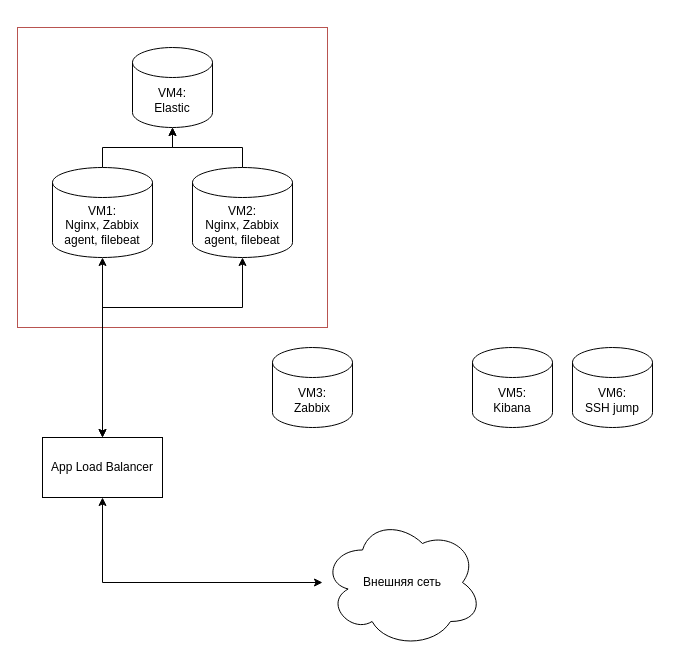
Above: Диаграмма без названия.drawio in Maxterx10/Netology_diplom (draw.io), before the change. Source tidied: cells renumbered, new cells numbered last; positions are measured from the earlier drawing's top-left corner, leaving out a move shared by most shapes. Both pictures are drawn from the tidied source at 100%, with x=0, y=0 at pixel (17, 27).
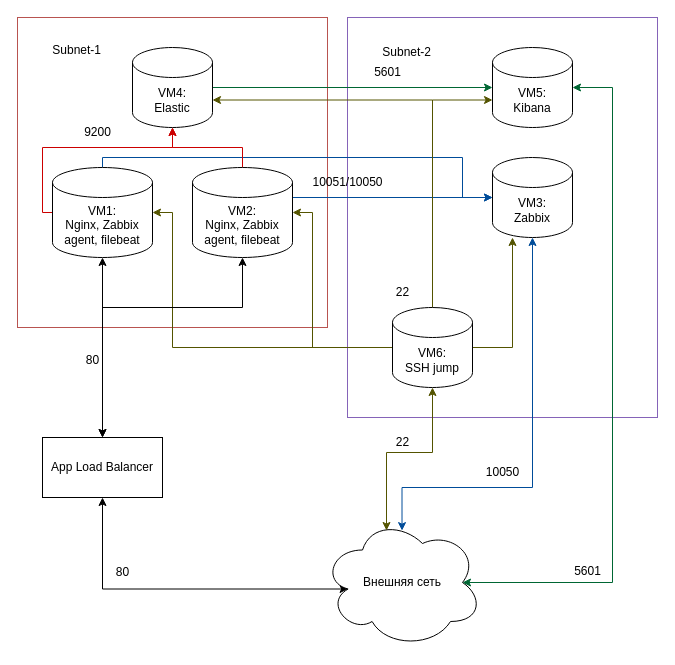
The same page after the edit.

The change refers to these unchanged cells:
```xml
<mxCell id="4" value="VM1:&lt;br&gt;Nginx, Zabbix agent, filebeat" style="shape=cylinder3;whiteSpace=wrap;html=1;boundedLbl=1;backgroundOutline=1;size=15;" parent="1" vertex="1">
  <mxGeometry x="35" y="140" width="100" height="90" as="geometry" />
</mxCell>
<mxCell id="6" value="VM2:&lt;br&gt;Nginx, Zabbix agent, filebeat" style="shape=cylinder3;whiteSpace=wrap;html=1;boundedLbl=1;backgroundOutline=1;size=15;" parent="1" vertex="1">
  <mxGeometry x="175" y="140" width="100" height="90" as="geometry" />
</mxCell>
<mxCell id="9" value="App Load Balancer" style="rounded=0;whiteSpace=wrap;html=1;" parent="1" vertex="1">
  <mxGeometry x="25" y="410" width="120" height="60" as="geometry" />
</mxCell>
<mxCell id="11" value="Внешняя сеть" style="ellipse;shape=cloud;whiteSpace=wrap;html=1;" parent="1" vertex="1">
  <mxGeometry x="305" y="490" width="160" height="130" as="geometry" />
</mxCell>
<mxCell id="13" value="VM4:&lt;br&gt;Elastic" style="shape=cylinder3;whiteSpace=wrap;html=1;boundedLbl=1;backgroundOutline=1;size=15;" parent="1" vertex="1">
  <mxGeometry x="115" y="20" width="80" height="80" as="geometry" />
</mxCell>
```

The edit, as a diff of the source:
```diff
@@
+    <mxCell id="16" value="&lt;div style=&quot;&quot;&gt;&lt;span style=&quot;background-color: initial;&quot;&gt;&amp;nbsp; &amp;nbsp; &amp;nbsp; &amp;nbsp; &amp;nbsp; Subnet-2&lt;/span&gt;&lt;/div&gt;&lt;br&gt;&lt;br&gt;&lt;br&gt;&lt;br&gt;&lt;br&gt;&lt;br&gt;&lt;br&gt;&lt;br&gt;&lt;br&gt;&lt;br&gt;&lt;div style=&quot;&quot;&gt;&lt;br&gt;&lt;/div&gt;&lt;br&gt;&lt;br&gt;&lt;br&gt;&lt;br&gt;&lt;br&gt;&lt;br&gt;&lt;br&gt;&lt;br&gt;&lt;br&gt;&lt;br&gt;&lt;br&gt;&lt;br&gt;" style="rounded=0;whiteSpace=wrap;html=1;strokeColor=#8563B8;fillColor=default;glass=0;shadow=0;gradientColor=none;align=left;" parent="1" vertex="1">
+      <mxGeometry x="330" y="-10" width="310" height="400" as="geometry" />
+    </mxCell>
-    <mxCell id="2" style="rounded=0;whiteSpace=wrap;html=1;strokeColor=#b85450;fillColor=default;glass=0;shadow=0;gradientColor=none;align=left;" parent="1" vertex="1">
-      <mxGeometry width="310" height="300" as="geometry" />
+    <mxCell id="2" value="&lt;div style=&quot;&quot;&gt;&lt;span style=&quot;background-color: initial;&quot;&gt;&amp;nbsp; &amp;nbsp; &amp;nbsp; &amp;nbsp; &amp;nbsp; Subnet-1&lt;/span&gt;&lt;/div&gt;&lt;br&gt;&lt;br&gt;&lt;div style=&quot;&quot;&gt;&lt;br&gt;&lt;/div&gt;&lt;br&gt;&lt;br&gt;&lt;br&gt;&lt;br&gt;&lt;br&gt;&lt;br&gt;&lt;br&gt;&lt;br&gt;&lt;br&gt;&lt;br&gt;&lt;br&gt;&lt;br&gt;&lt;br&gt;&lt;br&gt;" style="rounded=0;whiteSpace=wrap;html=1;strokeColor=#b85450;fillColor=default;glass=0;shadow=0;gradientColor=none;align=left;" parent="1" vertex="1">
+      <mxGeometry y="-10" width="310" height="310" as="geometry" />
     </mxCell>
-    <mxCell id="3" style="edgeStyle=orthogonalEdgeStyle;rounded=0;jettySize=auto;html=1;entryX=0.5;entryY=1;entryDx=0;entryDy=0;entryPerimeter=0;" parent="1" edge="1" source="4" target="13">
-      <mxGeometry relative="1" as="geometry" />
+    <mxCell id="3" style="edgeStyle=orthogonalEdgeStyle;rounded=0;jettySize=auto;html=1;entryX=0.5;entryY=1;entryDx=0;entryDy=0;entryPerimeter=0;strokeColor=#CC0000;" parent="1" edge="1" source="4" target="13">
+      <mxGeometry relative="1" as="geometry">
+        <Array as="points">
+          <mxPoint x="25" y="185" />
+          <mxPoint x="25" y="120" />
+          <mxPoint x="155" y="120" />
+        </Array>
+      </mxGeometry>
     </mxCell>
+    <mxCell id="17" style="edgeStyle=orthogonalEdgeStyle;rounded=0;jettySize=auto;html=1;entryX=0;entryY=0.5;entryDx=0;entryDy=0;entryPerimeter=0;endArrow=none;endFill=0;startArrow=classic;startFill=1;strokeColor=#545400;" parent="1" edge="1" source="4" target="15">
+      <mxGeometry relative="1" as="geometry">
+        <Array as="points">
+          <mxPoint x="155" y="185" />
+          <mxPoint x="155" y="320" />
+        </Array>
+      </mxGeometry>
+    </mxCell>
+    <mxCell id="18" style="edgeStyle=orthogonalEdgeStyle;rounded=0;jettySize=auto;html=1;entryX=0;entryY=0.5;entryDx=0;entryDy=0;entryPerimeter=0;strokeColor=#004C99;" parent="1" edge="1" source="4" target="12">
+      <mxGeometry relative="1" as="geometry">
+        <Array as="points">
+          <mxPoint x="85" y="130" />
+          <mxPoint x="445" y="130" />
+          <mxPoint x="445" y="170" />
+        </Array>
+      </mxGeometry>
+    </mxCell>
@@
-    <mxCell id="5" style="edgeStyle=orthogonalEdgeStyle;rounded=0;jettySize=auto;html=1;entryX=0.5;entryY=1;entryDx=0;entryDy=0;entryPerimeter=0;" parent="1" edge="1" source="6" target="13">
-      <mxGeometry relative="1" as="geometry" />
+    <mxCell id="5" style="edgeStyle=orthogonalEdgeStyle;rounded=0;jettySize=auto;html=1;entryX=0.5;entryY=1;entryDx=0;entryDy=0;entryPerimeter=0;strokeColor=#CC0000;" parent="1" edge="1" source="6" target="13">
+      <mxGeometry relative="1" as="geometry">
+        <Array as="points">
+          <mxPoint x="225" y="120" />
+          <mxPoint x="155" y="120" />
+        </Array>
+      </mxGeometry>
     </mxCell>
+    <mxCell id="19" style="edgeStyle=orthogonalEdgeStyle;rounded=0;jettySize=auto;html=1;entryX=0;entryY=0.5;entryDx=0;entryDy=0;entryPerimeter=0;endArrow=none;endFill=0;startArrow=classic;startFill=1;strokeColor=#545400;" parent="1" edge="1" source="6" target="15">
+      <mxGeometry relative="1" as="geometry">
+        <Array as="points">
+          <mxPoint x="295" y="185" />
+          <mxPoint x="295" y="320" />
+        </Array>
+      </mxGeometry>
+    </mxCell>
+    <mxCell id="20" style="edgeStyle=orthogonalEdgeStyle;rounded=0;jettySize=auto;html=1;entryX=0;entryY=0.5;entryDx=0;entryDy=0;entryPerimeter=0;strokeColor=#004C99;" parent="1" edge="1" source="6" target="12">
+      <mxGeometry relative="1" as="geometry">
+        <Array as="points">
+          <mxPoint x="465" y="170" />
+          <mxPoint x="465" y="170" />
+        </Array>
+      </mxGeometry>
+    </mxCell>
@@
-    <mxCell id="10" style="edgeStyle=orthogonalEdgeStyle;rounded=0;jettySize=auto;html=1;entryX=0.5;entryY=1;entryDx=0;entryDy=0;startArrow=classic;startFill=1;" parent="1" edge="1" source="11" target="9">
+    <mxCell id="10" style="edgeStyle=orthogonalEdgeStyle;rounded=0;jettySize=auto;html=1;entryX=0.5;entryY=1;entryDx=0;entryDy=0;startArrow=classic;startFill=1;exitX=0.16;exitY=0.55;exitDx=0;exitDy=0;exitPerimeter=0;" parent="1" edge="1" source="11" target="9">
       <mxGeometry relative="1" as="geometry" />
     </mxCell>
@@
+    <mxCell id="21" style="edgeStyle=orthogonalEdgeStyle;rounded=0;jettySize=auto;html=1;entryX=0.497;entryY=0.101;entryDx=0;entryDy=0;entryPerimeter=0;startArrow=classic;startFill=1;strokeColor=#004C99;" parent="1" edge="1" source="12" target="11">
+      <mxGeometry relative="1" as="geometry">
+        <Array as="points">
+          <mxPoint x="515" y="460" />
+          <mxPoint x="385" y="460" />
+        </Array>
+      </mxGeometry>
+    </mxCell>
     <mxCell id="12" value="VM3:&lt;br&gt;Zabbix" style="shape=cylinder3;whiteSpace=wrap;html=1;boundedLbl=1;backgroundOutline=1;size=15;" parent="1" vertex="1">
-      <mxGeometry x="255" y="320" width="80" height="80" as="geometry" />
+      <mxGeometry x="475" y="130" width="80" height="80" as="geometry" />
     </mxCell>
+    <mxCell id="22" style="edgeStyle=orthogonalEdgeStyle;rounded=0;jettySize=auto;html=1;entryX=0;entryY=0.5;entryDx=0;entryDy=0;entryPerimeter=0;strokeColor=#006633;" parent="1" edge="1" source="13" target="14">
+      <mxGeometry relative="1" as="geometry" />
+    </mxCell>
@@
+    <mxCell id="23" style="edgeStyle=orthogonalEdgeStyle;rounded=0;jettySize=auto;html=1;entryX=0.875;entryY=0.5;entryDx=0;entryDy=0;entryPerimeter=0;startArrow=classic;startFill=1;strokeColor=#006633;" parent="1" edge="1" source="14" target="11">
+      <mxGeometry relative="1" as="geometry">
+        <Array as="points">
+          <mxPoint x="595" y="60" />
+          <mxPoint x="595" y="555" />
+        </Array>
+      </mxGeometry>
+    </mxCell>
     <mxCell id="14" value="VM5:&lt;br&gt;Kibana" style="shape=cylinder3;whiteSpace=wrap;html=1;boundedLbl=1;backgroundOutline=1;size=15;" parent="1" vertex="1">
-      <mxGeometry x="455" y="320" width="80" height="80" as="geometry" />
+      <mxGeometry x="475" y="20" width="80" height="80" as="geometry" />
     </mxCell>
+    <mxCell id="24" style="edgeStyle=orthogonalEdgeStyle;rounded=0;jettySize=auto;html=1;entryX=0.4;entryY=0.1;entryDx=0;entryDy=0;entryPerimeter=0;startArrow=classic;startFill=1;strokeColor=#545400;" parent="1" edge="1" source="15" target="11">
+      <mxGeometry relative="1" as="geometry" />
+    </mxCell>
+    <mxCell id="25" style="edgeStyle=orthogonalEdgeStyle;rounded=0;jettySize=auto;html=1;entryX=0.25;entryY=1;entryDx=0;entryDy=0;entryPerimeter=0;strokeColor=#545400;" parent="1" edge="1" source="15" target="12">
+      <mxGeometry relative="1" as="geometry" />
+    </mxCell>
+    <mxCell id="26" style="edgeStyle=orthogonalEdgeStyle;rounded=0;jettySize=auto;html=1;entryX=0;entryY=0;entryDx=0;entryDy=52.5;entryPerimeter=0;strokeColor=#545400;" parent="1" edge="1" source="15" target="14">
+      <mxGeometry relative="1" as="geometry">
+        <Array as="points">
+          <mxPoint x="415" y="73" />
+        </Array>
+      </mxGeometry>
+    </mxCell>
+    <mxCell id="27" style="edgeStyle=orthogonalEdgeStyle;rounded=0;jettySize=auto;html=1;entryX=1;entryY=0;entryDx=0;entryDy=52.5;entryPerimeter=0;strokeColor=#545400;" parent="1" edge="1" source="15" target="13">
+      <mxGeometry relative="1" as="geometry">
+        <Array as="points">
+          <mxPoint x="415" y="73" />
+        </Array>
+      </mxGeometry>
+    </mxCell>
     <mxCell id="15" value="VM6:&lt;br&gt;SSH jump" style="shape=cylinder3;whiteSpace=wrap;html=1;boundedLbl=1;backgroundOutline=1;size=15;" parent="1" vertex="1">
-      <mxGeometry x="555" y="320" width="80" height="80" as="geometry" />
+      <mxGeometry x="375" y="280" width="80" height="80" as="geometry" />
     </mxCell>
+    <mxCell id="28" value="80" style="text;html=1;align=center;verticalAlign=middle;strokeColor=none;fillColor=none;" parent="1" vertex="1">
+      <mxGeometry x="85" y="529.5" width="40" height="30" as="geometry" />
+    </mxCell>
+    <mxCell id="29" value="80" style="text;html=1;align=center;verticalAlign=middle;strokeColor=none;fillColor=none;" parent="1" vertex="1">
+      <mxGeometry x="55" y="318" width="40" height="30" as="geometry" />
+    </mxCell>
+    <mxCell id="30" value="22" style="text;html=1;align=center;verticalAlign=middle;strokeColor=none;fillColor=none;" parent="1" vertex="1">
+      <mxGeometry x="365" y="400" width="40" height="30" as="geometry" />
+    </mxCell>
+    <mxCell id="31" value="10051/10050" style="text;html=1;align=center;verticalAlign=middle;strokeColor=none;fillColor=none;" parent="1" vertex="1">
+      <mxGeometry x="285" y="140" width="90" height="30" as="geometry" />
+    </mxCell>
+    <mxCell id="32" value="10050" style="text;html=1;align=center;verticalAlign=middle;strokeColor=none;fillColor=none;" parent="1" vertex="1">
+      <mxGeometry x="455" y="430" width="60" height="30" as="geometry" />
+    </mxCell>
+    <mxCell id="33" value="5601" style="text;html=1;align=center;verticalAlign=middle;strokeColor=none;fillColor=none;" parent="1" vertex="1">
+      <mxGeometry x="545" y="529" width="50" height="30" as="geometry" />
+    </mxCell>
+    <mxCell id="34" value="22" style="text;html=1;align=center;verticalAlign=middle;strokeColor=none;fillColor=none;" parent="1" vertex="1">
+      <mxGeometry x="365" y="250" width="40" height="30" as="geometry" />
+    </mxCell>
+    <mxCell id="35" value="9200" style="text;html=1;align=center;verticalAlign=middle;strokeColor=none;fillColor=none;" parent="1" vertex="1">
+      <mxGeometry x="55" y="90" width="50" height="30" as="geometry" />
+    </mxCell>
+    <mxCell id="36" value="5601" style="text;html=1;align=center;verticalAlign=middle;strokeColor=none;fillColor=none;" parent="1" vertex="1">
+      <mxGeometry x="345" y="30" width="50" height="30" as="geometry" />
+    </mxCell>
```
